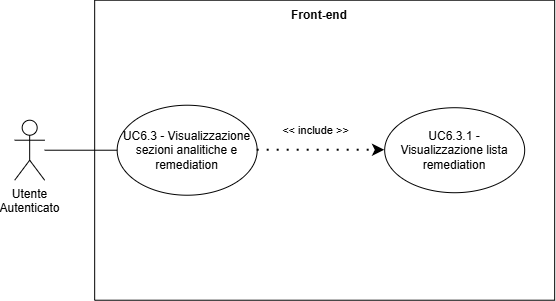
Before: assets/diagrams/UC6_3.png, a diagram exported from draw.io (SkarabGroup/DocumentazioneProgetto). Source tidied: cells renumbered, new cells last; positions are measured from the earlier drawing's top-left corner, leaving out a move shared by most shapes.
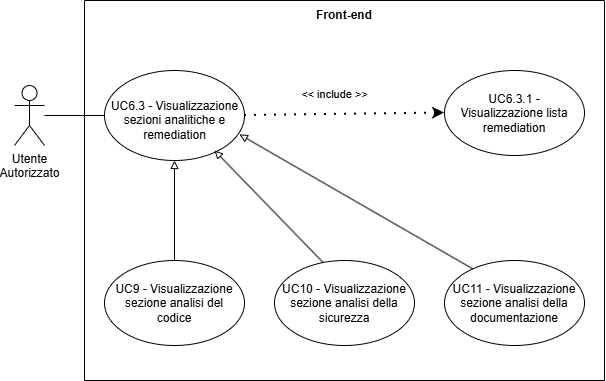
Above is the later version.

Diff of the diagram source:
```diff
@@ -2,30 +2,59 @@
   <root>
     <mxCell id="0" />
     <mxCell id="1" parent="0" />
-    <mxCell id="2" value="Utente&lt;div&gt;&lt;span style=&quot;background-color: transparent; color: light-dark(rgb(0, 0, 0), rgb(255, 255, 255));&quot;&gt;Autenticato&lt;/span&gt;&lt;/div&gt;" style="shape=umlActor;verticalLabelPosition=bottom;verticalAlign=top;html=1;outlineConnect=0;align=center;" parent="1" vertex="1">
-      <mxGeometry x="0.2" y="119.7" width="30" height="60" as="geometry" />
+    <mxCell id="2" value="Utente&lt;div&gt;&lt;span style=&quot;background-color: transparent; color: light-dark(rgb(0, 0, 0), rgb(255, 255, 255));&quot;&gt;Autorizzato&lt;/span&gt;&lt;/div&gt;" style="shape=umlActor;verticalLabelPosition=bottom;verticalAlign=top;html=1;outlineConnect=0;align=center;" parent="1" vertex="1">
+      <mxGeometry x="-85" y="43" width="30" height="60" as="geometry" />
     </mxCell>
     <mxCell id="3" style="swimlane;startSize=0;" parent="1" vertex="1">
-      <mxGeometry x="80.2" y="-0.3" width="460" height="300" as="geometry" />
+      <mxGeometry x="-15" y="-42" width="520" height="380" as="geometry" />
     </mxCell>
     <mxCell id="4" style="ellipse;whiteSpace=wrap;html=1;" parent="3" vertex="1">
-      <mxGeometry x="22.5" y="105" width="140" height="90" as="geometry" />
+      <mxGeometry x="20" y="70" width="140" height="90" as="geometry" />
     </mxCell>
     <mxCell id="5" value="&lt;div style=&quot;&quot;&gt;UC6.3 - Visualizzazione sezioni analitiche e remediation&lt;/div&gt;" style="text;html=1;align=center;verticalAlign=middle;whiteSpace=wrap;rounded=0;" parent="3" vertex="1">
-      <mxGeometry x="25" y="115" width="135" height="70" as="geometry" />
+      <mxGeometry x="22.5" y="85" width="135" height="70" as="geometry" />
     </mxCell>
     <mxCell id="6" style="ellipse;whiteSpace=wrap;html=1;" parent="3" vertex="1">
-      <mxGeometry x="290" y="107.5" width="140" height="85" as="geometry" />
+      <mxGeometry x="360" y="70" width="140" height="85" as="geometry" />
     </mxCell>
     <mxCell id="7" value="UC6.3.1 - Visualizzazione lista remediation" style="text;html=1;align=center;verticalAlign=middle;whiteSpace=wrap;rounded=0;" parent="3" vertex="1">
-      <mxGeometry x="295" y="115" width="130" height="70" as="geometry" />
+      <mxGeometry x="365" y="77.5" width="130" height="70" as="geometry" />
     </mxCell>
     <mxCell id="8" value="&amp;lt;&amp;lt; include &amp;gt;&amp;gt;" style="endArrow=classic;startArrow=none;endFill=1;startFill=0;html=1;verticalAlign=bottom;dashed=1;labelBackgroundColor=none;rounded=0;dashPattern=1 4;curved=0;endSize=6;strokeWidth=2;entryX=0;entryY=0.5;entryDx=0;entryDy=0;exitX=1;exitY=0.5;exitDx=0;exitDy=0;" parent="3" edge="1" source="4" target="6">
       <mxGeometry x="-0.1" y="11" relative="1" as="geometry" />
     </mxCell>
     <mxCell id="9" value="Front-end" style="text;html=1;align=center;verticalAlign=middle;whiteSpace=wrap;rounded=0;perimeterSpacing=1;strokeColor=none;fontStyle=1;" parent="3" vertex="1">
-      <mxGeometry x="195" width="60" height="30" as="geometry" />
+      <mxGeometry x="230" width="60" height="30" as="geometry" />
     </mxCell>
+    <mxCell id="11" style="ellipse;whiteSpace=wrap;html=1;" parent="3" vertex="1">
+      <mxGeometry x="20" y="260" width="140" height="85" as="geometry" />
+    </mxCell>
+    <mxCell id="12" value="UC9 - Visualizzazione sezione analisi del codice" style="text;html=1;align=center;verticalAlign=middle;whiteSpace=wrap;rounded=0;" parent="3" vertex="1">
+      <mxGeometry x="25" y="267.5" width="130" height="70" as="geometry" />
+    </mxCell>
+    <mxCell id="13" style="ellipse;whiteSpace=wrap;html=1;" parent="3" vertex="1">
+      <mxGeometry x="360" y="260" width="140" height="85" as="geometry" />
+    </mxCell>
+    <mxCell id="14" value="UC11 - Visualizzazione sezione analisi della documentazione" style="text;html=1;align=center;verticalAlign=middle;whiteSpace=wrap;rounded=0;" parent="3" vertex="1">
+      <mxGeometry x="365" y="267.5" width="130" height="70" as="geometry" />
+    </mxCell>
+    <mxCell id="15" style="ellipse;whiteSpace=wrap;html=1;" parent="3" vertex="1">
+      <mxGeometry x="190" y="260" width="140" height="85" as="geometry" />
+    </mxCell>
+    <mxCell id="16" value="UC10 - Visualizzazione sezione analisi della sicurezza" style="text;html=1;align=center;verticalAlign=middle;whiteSpace=wrap;rounded=0;" parent="3" vertex="1">
+      <mxGeometry x="195" y="267.5" width="130" height="70" as="geometry" />
+    </mxCell>
+    <mxCell id="17" style="endArrow=block;html=1;rounded=0;entryX=0.5;entryY=1;entryDx=0;entryDy=0;exitX=0.5;exitY=0;exitDx=0;exitDy=0;endFill=0;strokeWidth=1;" parent="3" edge="1" source="11" target="4">
+      <mxGeometry relative="1" as="geometry" />
+    </mxCell>
+    <mxCell id="18" style="endArrow=block;html=1;rounded=0;exitX=0.345;exitY=0.02;exitDx=0;exitDy=0;endFill=0;strokeWidth=1;exitPerimeter=0;" parent="3" edge="1" source="15">
+      <mxGeometry relative="1" as="geometry">
+        <mxPoint x="130" y="150" as="targetPoint" />
+      </mxGeometry>
+    </mxCell>
+    <mxCell id="19" style="endArrow=block;html=1;rounded=0;exitX=0.179;exitY=0.012;exitDx=0;exitDy=0;endFill=0;strokeWidth=1;entryX=0.964;entryY=0.71;entryDx=0;entryDy=0;entryPerimeter=0;exitPerimeter=0;" parent="3" edge="1" source="14" target="4">
+      <mxGeometry relative="1" as="geometry" />
+    </mxCell>
     <mxCell id="10" style="endArrow=none;html=1;rounded=0;entryX=0;entryY=0.5;entryDx=0;entryDy=0;" parent="1" edge="1" source="2" target="4">
       <mxGeometry relative="1" as="geometry" />
     </mxCell>
```
